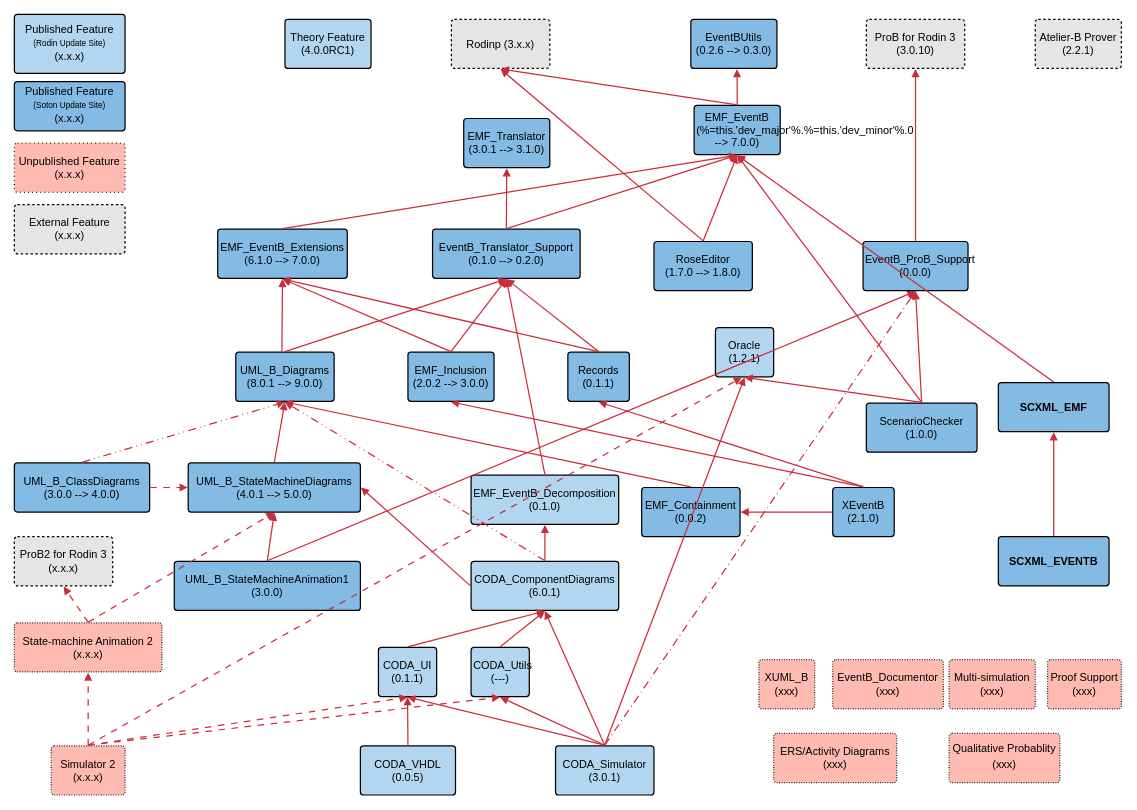
Earlier version of the draw.io diagram Rodin Features.drawio (eventB-Soton/DevelopmentProcedures). Source tidied: cells renumbered, new cells numbered last; positions are measured from the earlier drawing's top-left corner, leaving out a move shared by most shapes. Both pictures are drawn from the tidied source at 82%, with x=0, y=0 at pixel (14, 14).
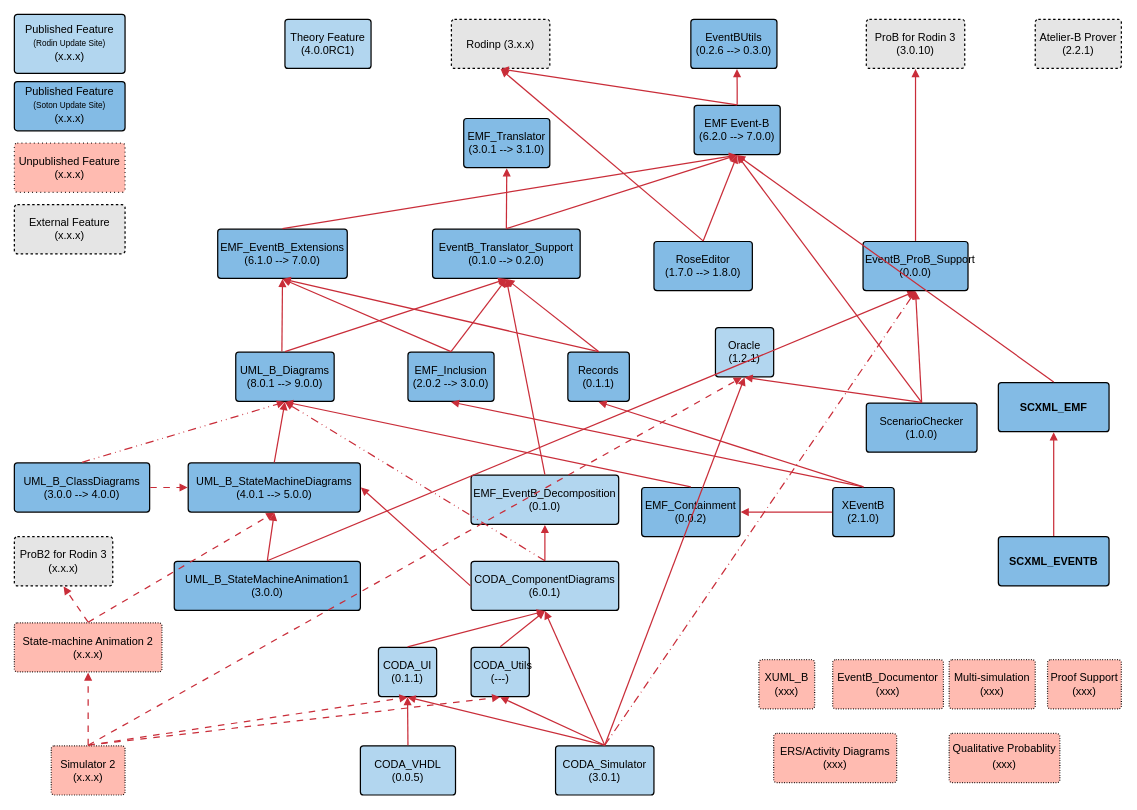
The same page after the edit.

Commit message:
Fixed EMF Event-B label

What changed in the source:
```diff
@@
-    <mxCell id="3" value="EMF_EventB&#10;(%=this.'dev_major'%.%=this.'dev_minor'%.0 --&amp;gt; 7.0.0)" style="html=1;overflow=block;blockSpacing=1;whiteSpace=wrap;fontSize=13.3;fontColor=default;spacing=3.8;strokeOpacity=100;fillOpacity=100;rounded=1;absoluteArcSize=1;arcSize=7.5;fillColor=#83bbe5;strokeWidth=1.5;" parent="1" vertex="1">
+    <mxCell id="3" value="EMF Event-B &lt;br&gt;(6.2.0 --&amp;gt; 7.0.0)" style="html=1;overflow=block;blockSpacing=1;whiteSpace=wrap;fontSize=13.3;fontColor=default;spacing=3.8;strokeOpacity=100;fillOpacity=100;rounded=1;absoluteArcSize=1;arcSize=7.5;fillColor=#83bbe5;strokeWidth=1.5;" parent="1" vertex="1">
       <mxGeometry x="829" y="111" width="105" height="60" as="geometry" />
     </mxCell>
```
